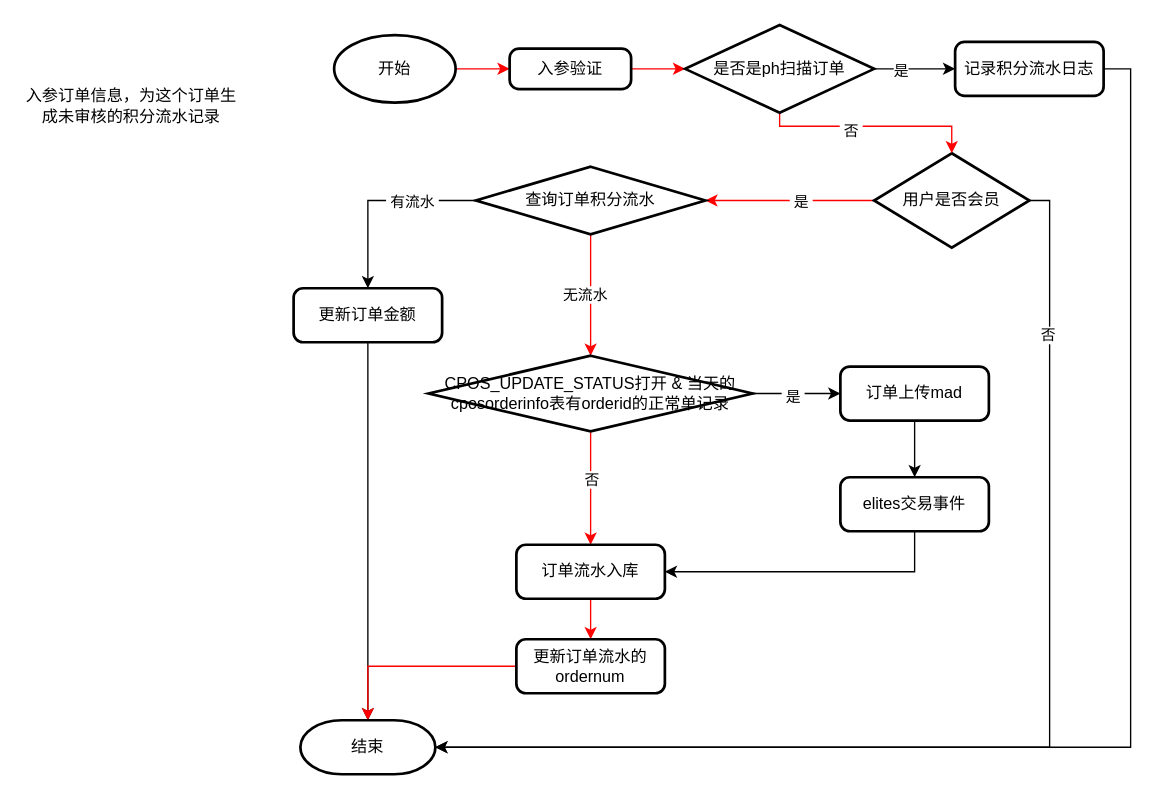
Before: earnpoint.drawio in daffupman/km, a draw.io diagram. Source tidied: cells renumbered, new cells numbered last; positions are measured from the earlier drawing's top-left corner, leaving out a move shared by most shapes. Both pictures are drawn from the tidied source at 135%, with x=0, y=0 at pixel (23, 24).
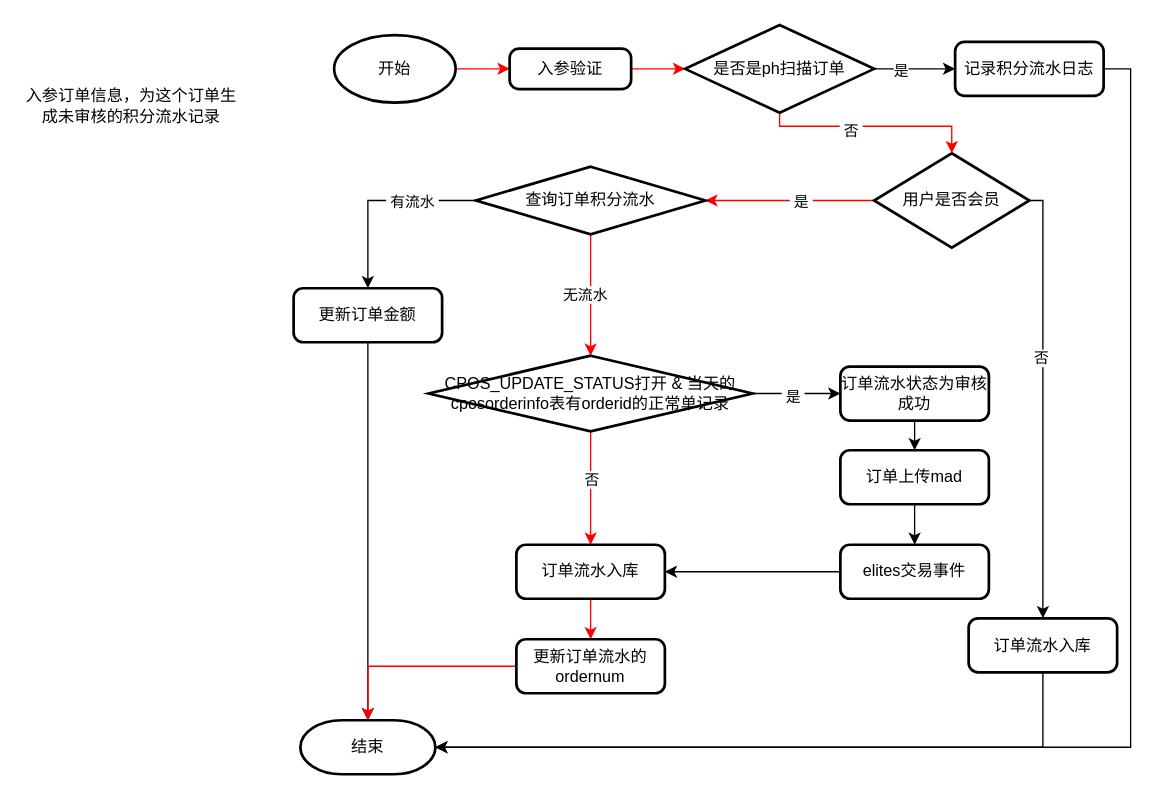
The same page after the edit.

The change refers to these unchanged cells:
```xml
<mxCell id="6" value="&lt;span&gt;用户是否会员&lt;/span&gt;" style="strokeWidth=2;html=1;shape=mxgraph.flowchart.decision;whiteSpace=wrap;" parent="1" vertex="1">
  <mxGeometry x="630" y="95" width="115" height="70" as="geometry" />
</mxCell>
<mxCell id="28" value="订单流水入库" style="rounded=1;whiteSpace=wrap;html=1;absoluteArcSize=1;arcSize=14;strokeWidth=2;" parent="1" vertex="1">
  <mxGeometry x="365" y="385" width="110" height="40" as="geometry" />
</mxCell>
<mxCell id="31" value="结束" style="strokeWidth=2;html=1;shape=mxgraph.flowchart.terminator;whiteSpace=wrap;" parent="1" vertex="1">
  <mxGeometry x="205" y="515" width="100" height="40" as="geometry" />
</mxCell>
```

Diff of the diagram source:
```diff
@@
-    <mxCell id="4" style="edgeStyle=orthogonalEdgeStyle;rounded=0;jettySize=auto;html=1;entryX=1;entryY=0.5;entryDx=0;entryDy=0;entryPerimeter=0;" parent="1" edge="1" source="6" target="31">
-      <mxGeometry relative="1" as="geometry">
-        <Array as="points">
-          <mxPoint x="760" y="130" />
-          <mxPoint x="760" y="535" />
-        </Array>
-      </mxGeometry>
-    </mxCell>
+    <mxCell id="40" style="edgeStyle=orthogonalEdgeStyle;rounded=0;jettySize=auto;html=1;strokeColor=#000000;" parent="1" edge="1" source="6" target="43">
+      <mxGeometry relative="1" as="geometry">
+        <Array as="points">
+          <mxPoint x="755" y="130" />
+        </Array>
+      </mxGeometry>
+    </mxCell>
-    <mxCell id="5" value="否" style="edgeLabel;html=1;align=center;verticalAlign=middle;" parent="4" vertex="1">
-      <mxGeometry x="-0.74" y="-2" relative="1" as="geometry" />
+    <mxCell id="5" value="否" style="edgeLabel;html=1;align=center;verticalAlign=middle;" parent="40" vertex="1">
+      <mxGeometry x="-0.21" y="-2" relative="1" as="geometry" />
     </mxCell>
@@
-    <mxCell id="23" style="edgeStyle=orthogonalEdgeStyle;rounded=0;jettySize=auto;html=1;" parent="1" edge="1" source="24" target="26">
-      <mxGeometry relative="1" as="geometry" />
-    </mxCell>
+    <mxCell id="41" style="edgeStyle=orthogonalEdgeStyle;rounded=0;jettySize=auto;html=1;entryX=0.5;entryY=0;entryDx=0;entryDy=0;strokeColor=#000000;" parent="1" edge="1" source="24" target="45">
+      <mxGeometry relative="1" as="geometry" />
+    </mxCell>
-    <mxCell id="24" value="订单上传mad" style="rounded=1;whiteSpace=wrap;html=1;absoluteArcSize=1;arcSize=14;strokeWidth=2;" parent="1" vertex="1">
+    <mxCell id="24" value="订单流水状态为审核成功" style="rounded=1;whiteSpace=wrap;html=1;absoluteArcSize=1;arcSize=14;strokeWidth=2;" parent="1" vertex="1">
       <mxGeometry x="605" y="253" width="110" height="40" as="geometry" />
     </mxCell>
-    <mxCell id="25" style="edgeStyle=orthogonalEdgeStyle;rounded=0;jettySize=auto;html=1;entryX=1;entryY=0.5;entryDx=0;entryDy=0;strokeColor=#000000;" parent="1" edge="1" source="26" target="28">
-      <mxGeometry relative="1" as="geometry">
-        <Array as="points">
-          <mxPoint x="660" y="405" />
-        </Array>
-      </mxGeometry>
+    <mxCell id="25" style="edgeStyle=orthogonalEdgeStyle;rounded=0;jettySize=auto;html=1;strokeColor=#000000;" parent="1" edge="1" source="26" target="28">
+      <mxGeometry relative="1" as="geometry" />
     </mxCell>
     <mxCell id="26" value="elites交易事件" style="rounded=1;whiteSpace=wrap;html=1;absoluteArcSize=1;arcSize=14;strokeWidth=2;" parent="1" vertex="1">
-      <mxGeometry x="605" y="335" width="110" height="40" as="geometry" />
+      <mxGeometry x="605" y="385" width="110" height="40" as="geometry" />
     </mxCell>
@@
+    <mxCell id="42" style="edgeStyle=orthogonalEdgeStyle;rounded=0;jettySize=auto;html=1;entryX=1;entryY=0.5;entryDx=0;entryDy=0;entryPerimeter=0;strokeColor=#000000;" parent="1" edge="1" source="43" target="31">
+      <mxGeometry relative="1" as="geometry">
+        <Array as="points">
+          <mxPoint x="755" y="535" />
+        </Array>
+      </mxGeometry>
+    </mxCell>
+    <mxCell id="43" value="订单流水入库" style="rounded=1;whiteSpace=wrap;html=1;absoluteArcSize=1;arcSize=14;strokeWidth=2;" parent="1" vertex="1">
+      <mxGeometry x="700" y="439.5" width="110" height="40" as="geometry" />
+    </mxCell>
+    <mxCell id="44" style="edgeStyle=orthogonalEdgeStyle;rounded=0;jettySize=auto;html=1;entryX=0.5;entryY=0;entryDx=0;entryDy=0;strokeColor=#000000;" parent="1" edge="1" source="45" target="26">
+      <mxGeometry relative="1" as="geometry" />
+    </mxCell>
+    <mxCell id="45" value="订单上传mad" style="rounded=1;whiteSpace=wrap;html=1;absoluteArcSize=1;arcSize=14;strokeWidth=2;" parent="1" vertex="1">
+      <mxGeometry x="605" y="315" width="110" height="40" as="geometry" />
+    </mxCell>
```
